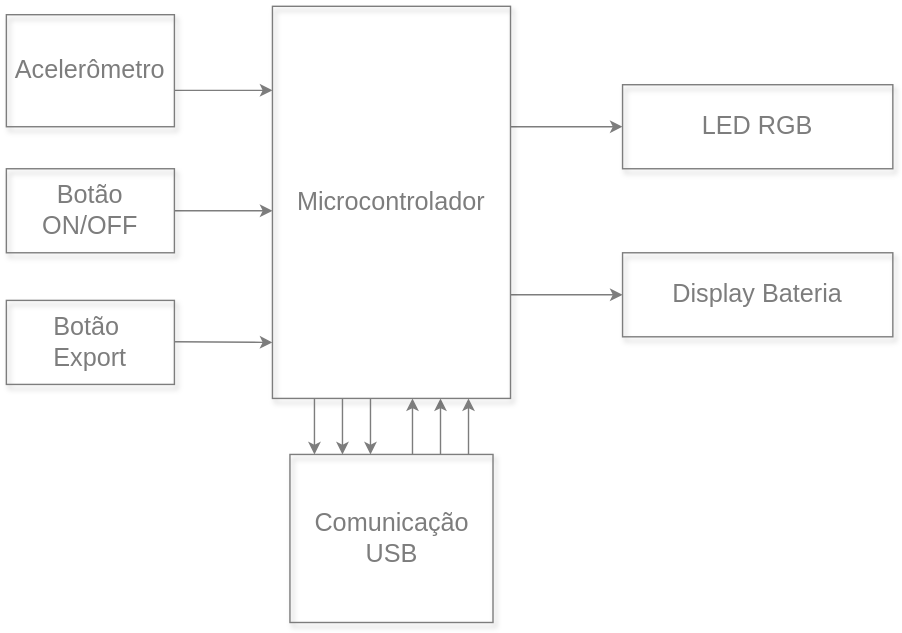
Earlier version of the draw.io export projetos/tennistracker/diagrama_estrutural.svg (teaching-FEEC/ea075-2024.1). Source tidied: cells renumbered, new cells last; positions are measured from the earlier drawing's top-left corner, leaving out a move shared by most shapes.
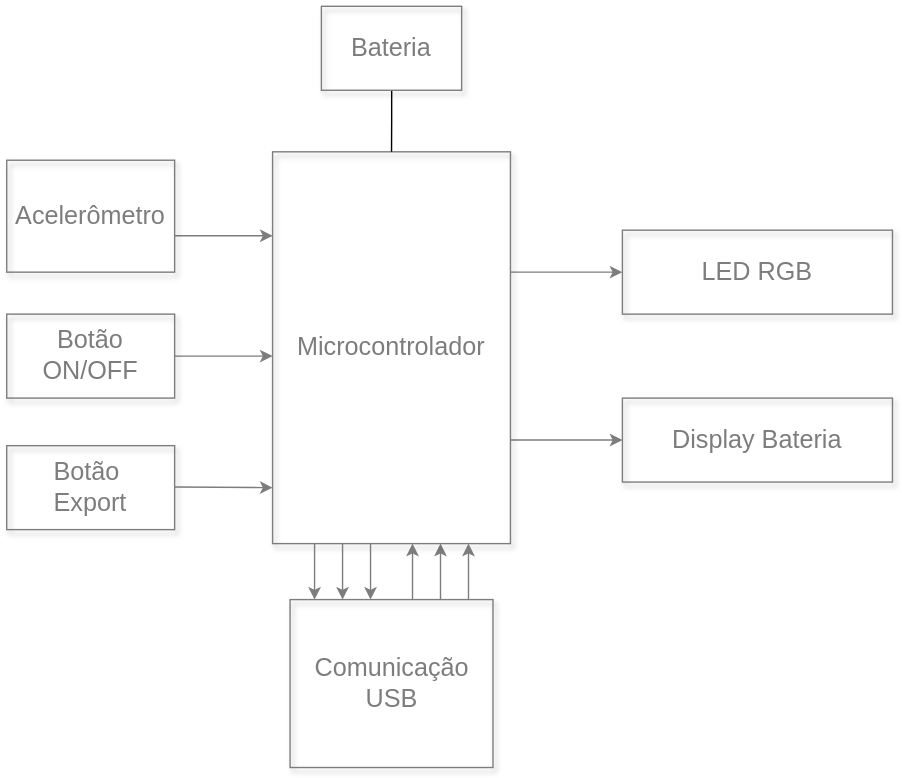
After the commit.

Change to the diagram source:
```diff
@@ -100,5 +100,11 @@
         <mxPoint x="190" y="239.5" as="targetPoint" />
       </mxGeometry>
     </mxCell>
+    <mxCell id="20" style="edgeStyle=orthogonalEdgeStyle;rounded=0;jettySize=auto;html=1;entryX=0.5;entryY=0;entryDx=0;entryDy=0;endArrow=none;endFill=0;" parent="1" edge="1" source="21" target="5">
+      <mxGeometry relative="1" as="geometry" />
+    </mxCell>
+    <mxCell id="21" value="Bateria" style="whiteSpace=wrap;html=1;shadow=1;fontSize=18;fillColor=none;strokeColor=#7D7D7D;align=center;verticalAlign=middle;fontFamily=Helvetica;fontColor=#7D7D7D;" parent="1" vertex="1">
+      <mxGeometry x="224.9" y="-104" width="100.2" height="60" as="geometry" />
+    </mxCell>
   </root>
 </mxGraphModel>
```
